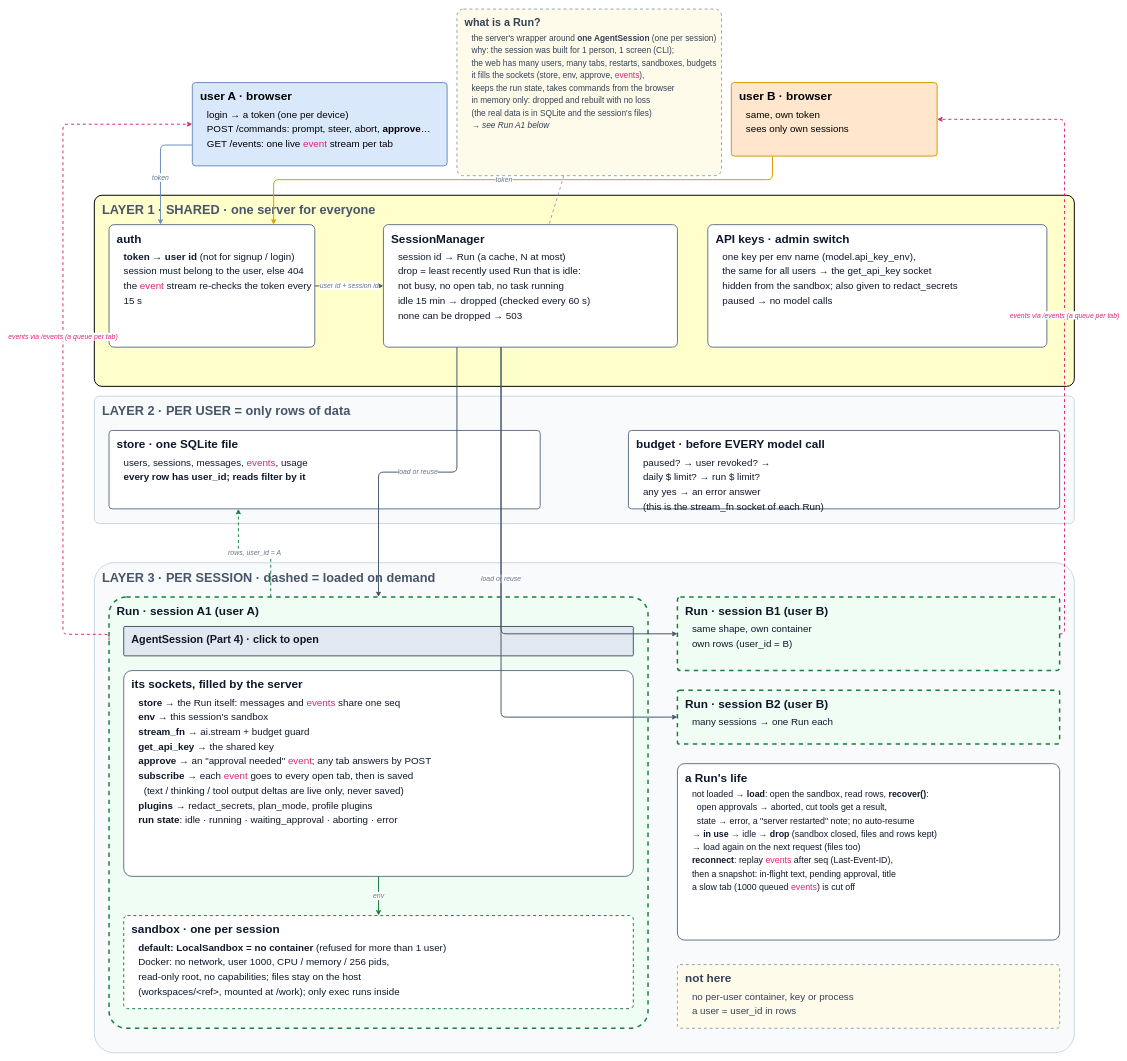
Before: page "5 · Server: sessions for many users" (7 of 8) of docs/guidebook/img/architecture.drawio in danhugo/simp-agent, a draw.io diagram. Source tidied: cells renumbered, new cells numbered last; positions are measured from the earlier drawing's top-left corner, leaving out a move shared by most shapes. Both pictures are drawn from the tidied source at 49%, with x=0, y=0 at pixel (63, 9).
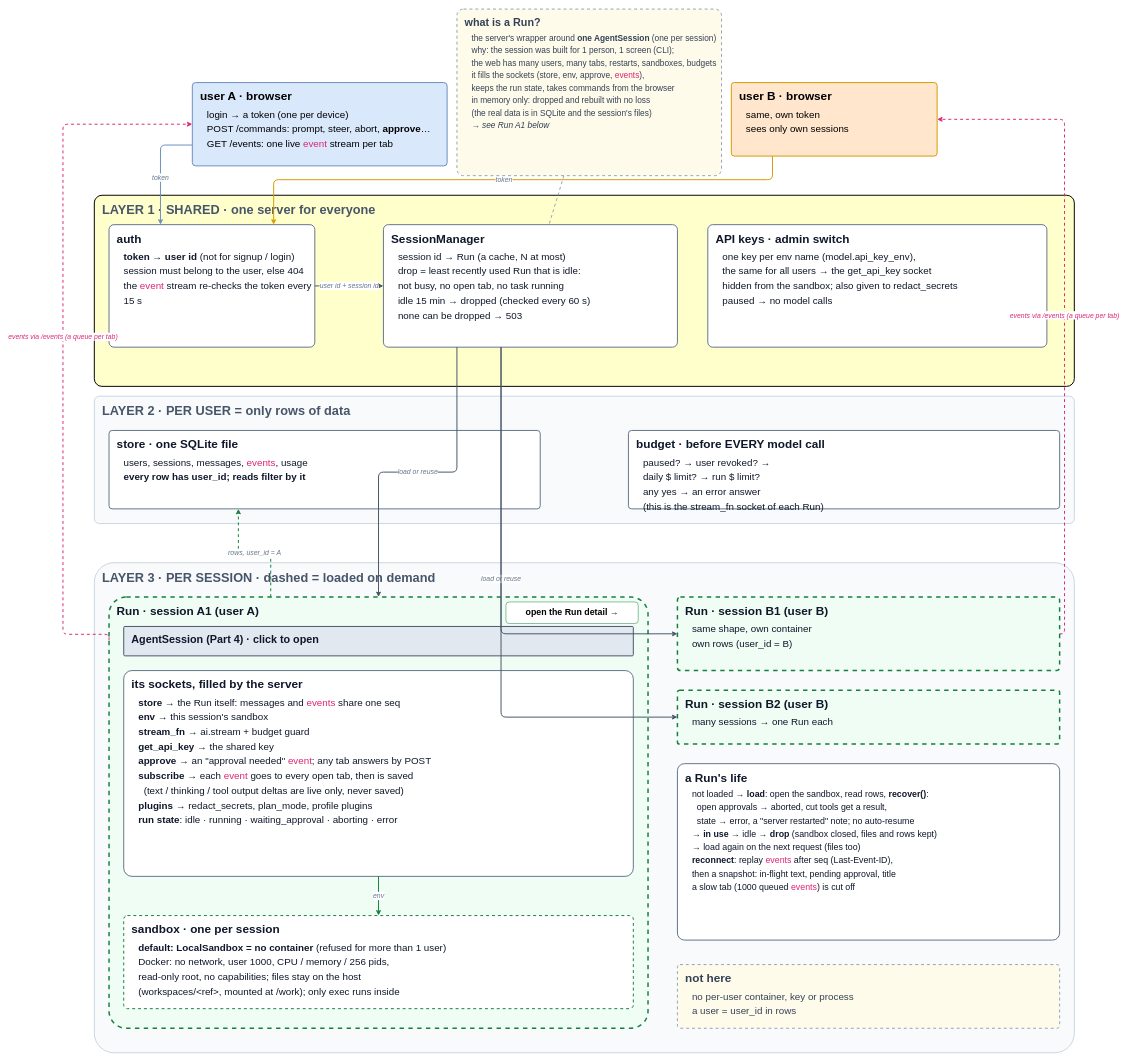
Above is the later version.

Commit message:
guidebook: page 5a Run (detail): commands, background run, sockets, approve wait, event translation, durable log, recover, reopen

The edit, as a diff of the source:
```diff
@@
+    <mxCell id="32" value="&lt;b style=&quot;font-size:18px&quot;&gt;open the Run detail →&lt;/b&gt;" style="rounded=1;html=1;fillColor=#ffffff;strokeColor=#15803d;" parent="1" vertex="1">
+      <mxGeometry x="904" y="1210" width="270" height="44" as="geometry" />
+    </mxCell>
```
